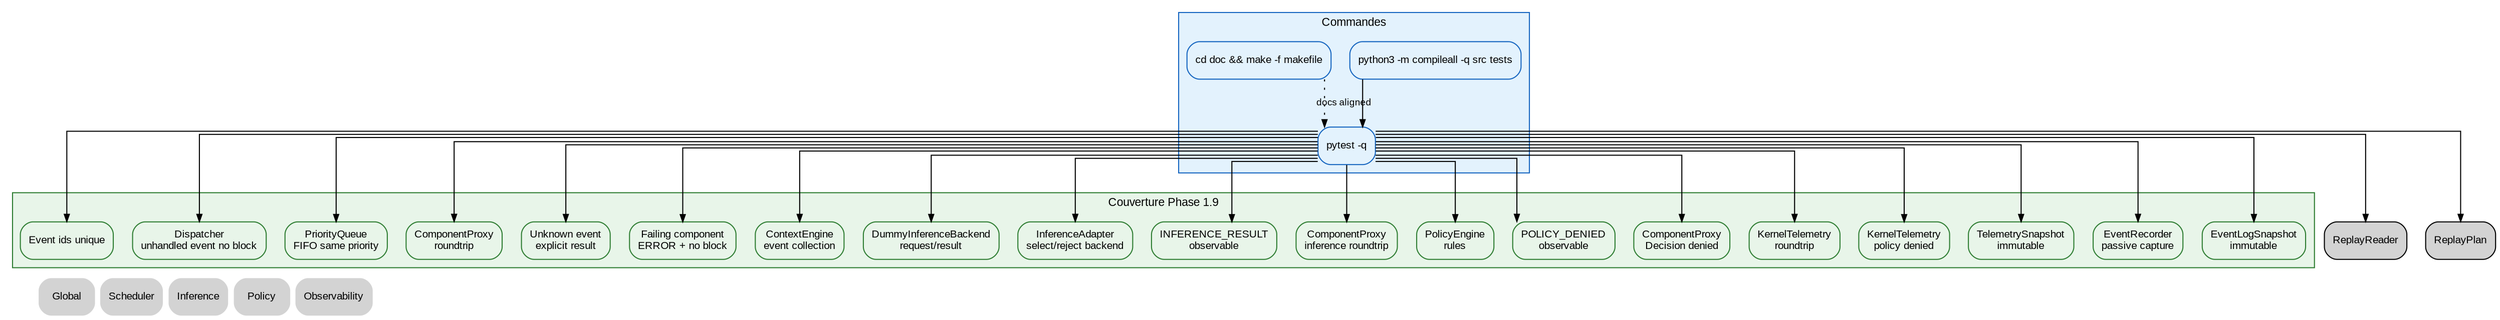
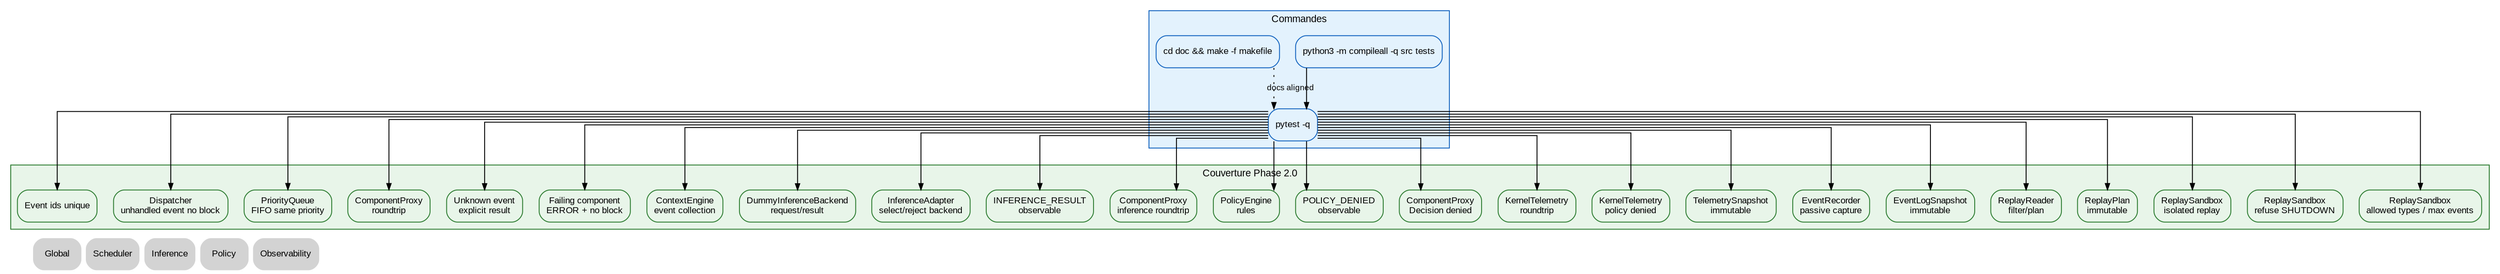
digraph Tests {
    rankdir=TB;
    splines=ortho;

    graph [fontname="Arial", fontsize=11];
    node [shape=box, style="rounded,filled", fontname="Arial", fontsize=10];
    edge [fontname="Arial", fontsize=9, arrowsize=0.7];

-     // ROADMAP_NOTE[phase1_9]:
-     // La couverture ajoute ReplayReader.
-     // Les tests vérifient lecture, filtrage, EventTypes ordonnés,
-     // ReplayPlan contrôlé et immuable.
+     // ROADMAP_NOTE[phase2_0]:
+     // La couverture ajoute ReplaySandbox.
+     // Les tests vérifient replay isolé, handlers de simulation,
+     // refus SHUTDOWN par défaut, allowed_types et max_events.

    subgraph cluster_commands {
        label="Commandes";
        color="#1565c0";
        bgcolor="#e3f2fd";
        node [fillcolor="#e3f2fd", color="#1565c0"];
        Compile [label="python3 -m compileall -q src tests"];
        Pytest [label="pytest -q"];
        Dot [label="cd doc && make -f makefile"];
    }

    subgraph cluster_coverage {
-         label="Couverture Phase 1.9";
+         label="Couverture Phase 2.0";
        color="#2e7d32";
        bgcolor="#e8f5e9";
        node [fillcolor="#e8f5e9", color="#2e7d32"];
        EventIds [label="Event ids unique"];
        Dispatcher [label="Dispatcher\nunhandled event no block"];
        Queue [label="PriorityQueue\nFIFO same priority"];
        Proxy [label="ComponentProxy\nroundtrip"];
        Unknown [label="Unknown event\nexplicit result"];
        Failure [label="Failing component\nERROR + no block"];
        Context [label="ContextEngine\nevent collection"];
        Inference [label="DummyInferenceBackend\nrequest/result"];
        InferenceAdapter [label="InferenceAdapter\nselect/reject backend"];
        InferenceObs [label="INFERENCE_RESULT\nobservable"];
        InferenceProxy [label="ComponentProxy\ninference roundtrip"];
        PolicyRules [label="PolicyEngine\nrules"];
        PolicyDenied [label="POLICY_DENIED\nobservable"];
        PolicyProxy [label="ComponentProxy\nDecision denied"];
        TelemetryRoundtrip [label="KernelTelemetry\nroundtrip"];
        TelemetryDenied [label="KernelTelemetry\npolicy denied"];
        TelemetrySnapshot [label="TelemetrySnapshot\nimmutable"];
        EventRecorder [label="EventRecorder\npassive capture"];
        EventLogSnapshot [label="EventLogSnapshot\nimmutable"];
+         ReplayReader [label="ReplayReader\nfilter/plan"];
+         ReplayPlan [label="ReplayPlan\nimmutable"];
+         ReplaySandbox [label="ReplaySandbox\nisolated replay"];
+         ReplaySandboxDenied [label="ReplaySandbox\nrefuse SHUTDOWN"];
+         ReplaySandboxLimits [label="ReplaySandbox\nallowed types / max events"];
    }

    Compile -> Pytest;
    Pytest -> EventIds;
    Pytest -> Dispatcher;
    Pytest -> Queue;
    Pytest -> Proxy;
    Pytest -> Unknown;
    Pytest -> Failure;
    Pytest -> Context;
    Pytest -> Inference;
    Pytest -> InferenceAdapter;
    Pytest -> InferenceObs;
    Pytest -> InferenceProxy;
    Pytest -> PolicyRules;
    Pytest -> PolicyDenied;
    Pytest -> PolicyProxy;
    Pytest -> TelemetryRoundtrip;
    Pytest -> TelemetryDenied;
    Pytest -> TelemetrySnapshot;
    Pytest -> EventRecorder;
    Pytest -> EventLogSnapshot;
    Pytest -> ReplayReader;
    Pytest -> ReplayPlan;
+     Pytest -> ReplaySandbox;
+     Pytest -> ReplaySandboxDenied;
+     Pytest -> ReplaySandboxLimits;
    Dot -> Pytest [style=dotted, label="docs aligned"];

    Nav_Global [label="Global", shape=plaintext, URL="../00_global.svg"];
    Nav_Scheduler [label="Scheduler", shape=plaintext, URL="../scheduler/10_scheduler.svg"];
    Nav_Inference [label="Inference", shape=plaintext, URL="../inference/40_inference.svg"];
    Nav_Policy [label="Policy", shape=plaintext, URL="../00_global.svg"];
    Nav_Observability [label="Observability", shape=plaintext, URL="../observability/70_observability.svg"];

    { rank=sink; Nav_Global; Nav_Scheduler; Nav_Inference; Nav_Policy; Nav_Observability; }
}
